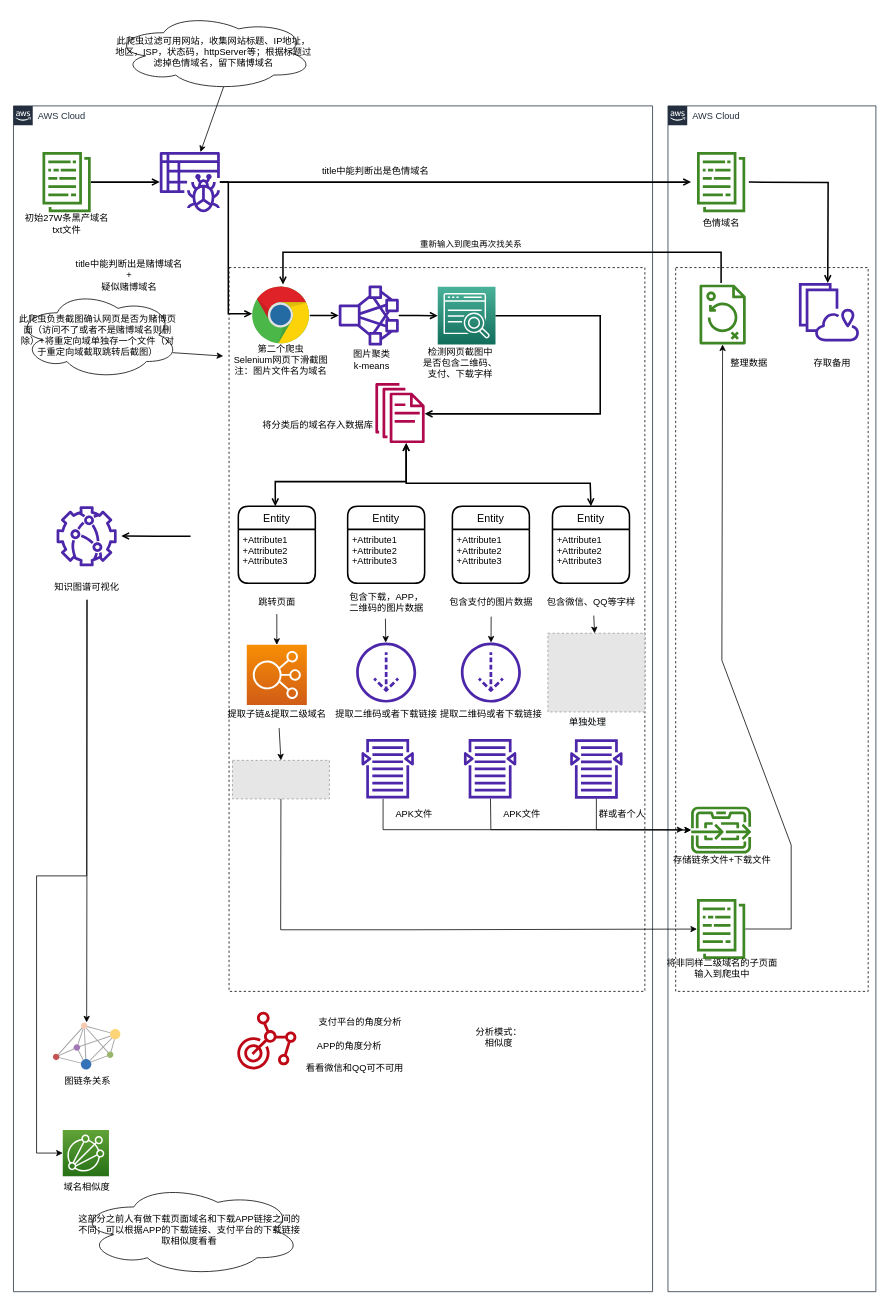
Above: Untitled Diagram.drawio in yadispace/test (draw.io), before the change. Source tidied: cells renumbered, new cells numbered last; positions are measured from the earlier drawing's top-left corner, leaving out a move shared by most shapes. Both pictures are drawn from the tidied source at 77%, with x=0, y=0 at pixel (13, 13). Pictures stored in the file or linked from it are replaced by grey dashed boxes.
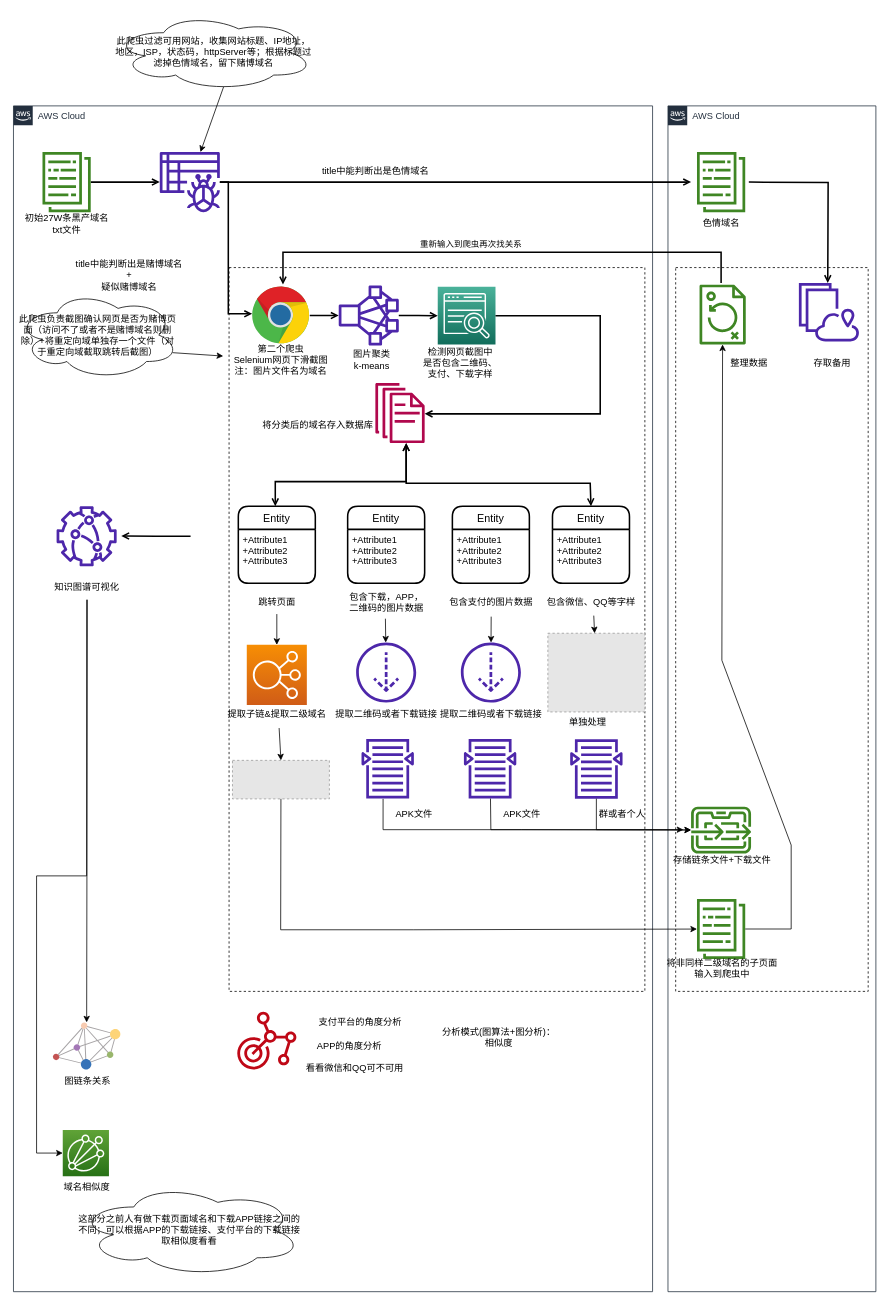
After the change.

What changed in the source:
```diff
@@
-    <mxCell id="94" value="分析模式：&lt;br&gt;相似度&lt;br&gt;" style="text;html=1;align=center;verticalAlign=middle;strokeColor=none;fillColor=none;" parent="1" vertex="1">
-      <mxGeometry x="590" y="1310" width="80" height="40" as="geometry" />
+    <mxCell id="94" value="分析模式(图算法+图分析)：&lt;br&gt;相似度" style="text;html=1;align=center;verticalAlign=middle;strokeColor=none;fillColor=none;" parent="1" vertex="1">
+      <mxGeometry x="545" y="1310" width="170" height="40" as="geometry" />
     </mxCell>
```
